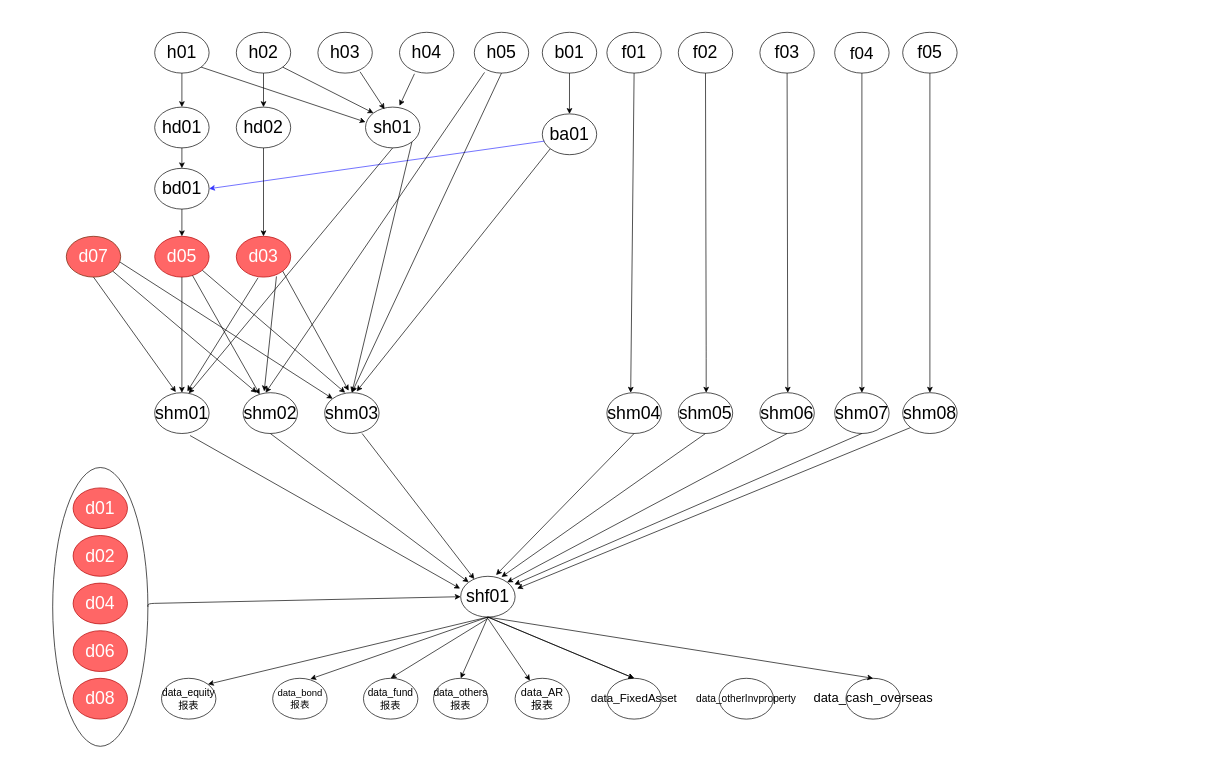
gebifeixiang/investment keeps this draw.io diagram as taskTreeChat.drawio. Above is the earlier version. Source tidied: cells renumbered, new cells numbered last; positions are measured from the earlier drawing's top-left corner, leaving out a move shared by most shapes. Both pictures are drawn from the tidied source at 68%, with x=0, y=0 at pixel (52, 32).
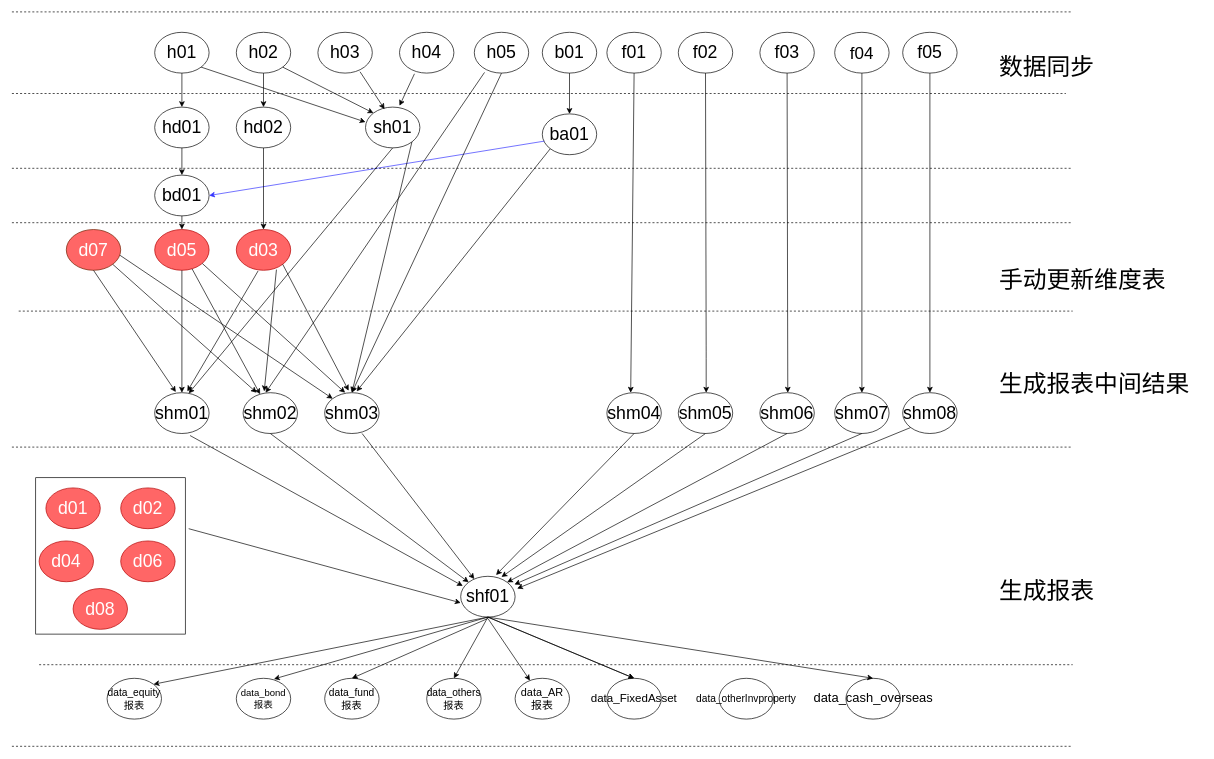
Above is the later version.

The change refers to these unchanged cells:
```xml
<mxCell id="13" value="&lt;font style=&quot;font-size: 26px&quot;&gt;hd01&lt;/font&gt;" style="ellipse;whiteSpace=wrap;html=1;" parent="1" vertex="1">
  <mxGeometry x="150" y="110" width="80" height="60" as="geometry" />
</mxCell>
<mxCell id="21" value="&lt;font style=&quot;font-size: 26px&quot;&gt;shm01&lt;/font&gt;" style="ellipse;whiteSpace=wrap;html=1;" parent="1" vertex="1">
  <mxGeometry x="150" y="530" width="80" height="60" as="geometry" />
</mxCell>
<mxCell id="25" value="&lt;font style=&quot;font-size: 26px&quot;&gt;shf01&lt;/font&gt;" style="ellipse;whiteSpace=wrap;html=1;" parent="1" vertex="1">
  <mxGeometry x="600" y="800" width="80" height="60" as="geometry" />
</mxCell>
```

Change to the diagram source:
```diff
@@
-    <mxCell id="2" style="ellipse;whiteSpace=wrap;html=1;" parent="1" vertex="1">
-      <mxGeometry y="640" width="140" height="410" as="geometry" />
-    </mxCell>
+    <mxCell id="91" style="rounded=0;whiteSpace=wrap;html=1;strokeWidth=1;" parent="1" vertex="1">
+      <mxGeometry x="-25" y="655" width="220" height="230" as="geometry" />
+    </mxCell>
@@
-    <mxCell id="28" style="endArrow=classic;html=1;exitX=0.65;exitY=1.05;exitDx=0;exitDy=0;exitPerimeter=0;entryX=-0.012;entryY=0.3;entryDx=0;entryDy=0;entryPerimeter=0;" parent="1" edge="1" source="21" target="25">
+    <mxCell id="28" style="endArrow=classic;html=1;exitX=0.65;exitY=1.05;exitDx=0;exitDy=0;exitPerimeter=0;entryX=0.038;entryY=0.236;entryDx=0;entryDy=0;entryPerimeter=0;" parent="1" edge="1" source="21" target="25">
       <mxGeometry relative="1" as="geometry" />
     </mxCell>
@@
     <mxCell id="31" value="&lt;font style=&quot;font-size: 26px&quot;&gt;d07&lt;/font&gt;" style="ellipse;whiteSpace=wrap;html=1;fillColor=#FF6666;strokeColor=#6D1F00;fontColor=#ffffff;" parent="1" vertex="1">
-      <mxGeometry x="20" y="300" width="80" height="60" as="geometry" />
+      <mxGeometry x="20" y="290" width="80" height="60" as="geometry" />
     </mxCell>
@@
     <mxCell id="33" value="&lt;font style=&quot;font-size: 26px&quot;&gt;bd01&lt;/font&gt;" style="ellipse;whiteSpace=wrap;html=1;" parent="1" vertex="1">
-      <mxGeometry x="150" y="200" width="80" height="60" as="geometry" />
+      <mxGeometry x="150" y="210" width="80" height="60" as="geometry" />
     </mxCell>
     <mxCell id="34" value="&lt;font style=&quot;font-size: 26px&quot;&gt;d05&lt;/font&gt;" style="ellipse;whiteSpace=wrap;html=1;fillColor=#FF6666;strokeColor=#B20000;fontColor=#ffffff;" parent="1" vertex="1">
-      <mxGeometry x="150" y="300" width="80" height="60" as="geometry" />
+      <mxGeometry x="150" y="290" width="80" height="60" as="geometry" />
     </mxCell>
@@
     <mxCell id="36" value="&lt;font style=&quot;font-size: 26px&quot;&gt;d03&lt;/font&gt;" style="ellipse;whiteSpace=wrap;html=1;fillColor=#FF6666;strokeColor=#B20000;fontColor=#ffffff;" parent="1" vertex="1">
-      <mxGeometry x="270" y="300" width="80" height="60" as="geometry" />
+      <mxGeometry x="270" y="290" width="80" height="60" as="geometry" />
     </mxCell>
@@
     <mxCell id="46" value="&lt;font style=&quot;font-size: 26px&quot;&gt;d01&lt;/font&gt;" style="ellipse;whiteSpace=wrap;html=1;fillColor=#FF6666;strokeColor=#B20000;fontColor=#ffffff;" parent="1" vertex="1">
-      <mxGeometry x="30" y="670" width="80" height="60" as="geometry" />
+      <mxGeometry x="-10" y="670" width="80" height="60" as="geometry" />
     </mxCell>
     <mxCell id="47" value="&lt;font style=&quot;font-size: 26px&quot;&gt;d04&lt;/font&gt;" style="ellipse;whiteSpace=wrap;html=1;fillColor=#FF6666;strokeColor=#B20000;fontColor=#ffffff;" parent="1" vertex="1">
-      <mxGeometry x="30" y="810" width="80" height="60" as="geometry" />
+      <mxGeometry x="-20" y="748" width="80" height="60" as="geometry" />
     </mxCell>
     <mxCell id="48" value="&lt;font style=&quot;font-size: 26px&quot;&gt;d02&lt;/font&gt;" style="ellipse;whiteSpace=wrap;html=1;fillColor=#FF6666;strokeColor=#B20000;fontColor=#ffffff;" parent="1" vertex="1">
-      <mxGeometry x="30" y="740" width="80" height="60" as="geometry" />
+      <mxGeometry x="100" y="670" width="80" height="60" as="geometry" />
     </mxCell>
     <mxCell id="49" value="&lt;font style=&quot;font-size: 26px&quot;&gt;d06&lt;/font&gt;" style="ellipse;whiteSpace=wrap;html=1;fillColor=#FF6666;strokeColor=#B20000;fontColor=#ffffff;" parent="1" vertex="1">
-      <mxGeometry x="30" y="880" width="80" height="60" as="geometry" />
+      <mxGeometry x="100" y="748" width="80" height="60" as="geometry" />
     </mxCell>
     <mxCell id="50" value="&lt;font style=&quot;font-size: 26px&quot;&gt;d08&lt;/font&gt;" style="ellipse;whiteSpace=wrap;html=1;fillColor=#FF6666;strokeColor=#B20000;fontColor=#ffffff;" parent="1" vertex="1">
-      <mxGeometry x="30" y="950" width="80" height="60" as="geometry" />
+      <mxGeometry x="30" y="818" width="80" height="60" as="geometry" />
     </mxCell>
     <mxCell id="51" value="&lt;font style=&quot;font-size: 15px&quot;&gt;data_equity报表&lt;/font&gt;" style="ellipse;whiteSpace=wrap;html=1;" parent="1" vertex="1">
-      <mxGeometry x="160" y="950" width="80" height="60" as="geometry" />
+      <mxGeometry x="80" y="950" width="80" height="60" as="geometry" />
     </mxCell>
     <mxCell id="52" value="&lt;font style=&quot;font-size: 14px&quot;&gt;data_bond报表&lt;/font&gt;" style="ellipse;whiteSpace=wrap;html=1;" parent="1" vertex="1">
-      <mxGeometry x="323.5" y="950" width="80" height="60" as="geometry" />
+      <mxGeometry x="270" y="950" width="80" height="60" as="geometry" />
     </mxCell>
     <mxCell id="53" value="&lt;font style=&quot;font-size: 15px&quot;&gt;data_fund报表&lt;/font&gt;" style="ellipse;whiteSpace=wrap;html=1;" parent="1" vertex="1">
-      <mxGeometry x="457" y="950" width="80" height="60" as="geometry" />
+      <mxGeometry x="400" y="950" width="80" height="60" as="geometry" />
     </mxCell>
     <mxCell id="54" value="&lt;font style=&quot;font-size: 15px&quot;&gt;data_others报表&lt;/font&gt;" style="ellipse;whiteSpace=wrap;html=1;" parent="1" vertex="1">
-      <mxGeometry x="560" y="950" width="80" height="60" as="geometry" />
+      <mxGeometry x="550" y="950" width="80" height="60" as="geometry" />
     </mxCell>
@@
-    <mxCell id="66" style="endArrow=classic;html=1;exitX=0.5;exitY=1;exitDx=0;exitDy=0;" parent="1" edge="1" source="13">
-      <mxGeometry relative="1" as="geometry">
-        <mxPoint x="190" y="200" as="targetPoint" />
-      </mxGeometry>
+    <mxCell id="66" style="endArrow=classic;html=1;exitX=0.5;exitY=1;exitDx=0;exitDy=0;entryX=0.5;entryY=0;entryDx=0;entryDy=0;" parent="1" edge="1" source="13" target="33">
+      <mxGeometry relative="1" as="geometry" />
     </mxCell>
@@
-    <mxCell id="81" style="endArrow=classic;html=1;exitX=1;exitY=0.5;exitDx=0;exitDy=0;entryX=0;entryY=0.5;entryDx=0;entryDy=0;" parent="1" edge="1" source="2" target="25">
-      <mxGeometry relative="1" as="geometry">
-        <Array as="points">
-          <mxPoint x="140" y="840" />
-        </Array>
-      </mxGeometry>
-    </mxCell>
@@
+    <mxCell id="92" style="endArrow=none;dashed=1;html=1;fillColor=#ffcd28;strokeColor=#000000;gradientColor=#ffa500;" parent="1" edge="1">
+      <mxGeometry relative="1" as="geometry">
+        <mxPoint x="-60" y="90" as="sourcePoint" />
+        <mxPoint x="1490" y="90" as="targetPoint" />
+      </mxGeometry>
+    </mxCell>
+    <mxCell id="93" style="endArrow=none;dashed=1;html=1;" parent="1" edge="1">
+      <mxGeometry relative="1" as="geometry">
+        <mxPoint x="-60" y="200" as="sourcePoint" />
+        <mxPoint x="1500" y="200" as="targetPoint" />
+      </mxGeometry>
+    </mxCell>
+    <mxCell id="94" style="endArrow=none;dashed=1;html=1;" parent="1" edge="1">
+      <mxGeometry relative="1" as="geometry">
+        <mxPoint x="-60" y="280" as="sourcePoint" />
+        <mxPoint x="1500" y="280" as="targetPoint" />
+      </mxGeometry>
+    </mxCell>
+    <mxCell id="95" style="endArrow=none;dashed=1;html=1;" parent="1" edge="1">
+      <mxGeometry relative="1" as="geometry">
+        <mxPoint x="-50" y="410" as="sourcePoint" />
+        <mxPoint x="1500" y="410" as="targetPoint" />
+      </mxGeometry>
+    </mxCell>
+    <mxCell id="96" style="endArrow=none;dashed=1;html=1;" parent="1" edge="1">
+      <mxGeometry relative="1" as="geometry">
+        <mxPoint x="-60" y="610" as="sourcePoint" />
+        <mxPoint x="1500" y="610" as="targetPoint" />
+      </mxGeometry>
+    </mxCell>
+    <mxCell id="97" style="endArrow=none;dashed=1;html=1;" parent="1" edge="1">
+      <mxGeometry relative="1" as="geometry">
+        <mxPoint x="-20" y="930" as="sourcePoint" />
+        <mxPoint x="1500" y="930" as="targetPoint" />
+      </mxGeometry>
+    </mxCell>
+    <mxCell id="98" style="endArrow=none;dashed=1;html=1;strokeColor=#000000;" parent="1" edge="1">
+      <mxGeometry relative="1" as="geometry">
+        <mxPoint x="-60" y="-30" as="sourcePoint" />
+        <mxPoint x="1500" y="-30" as="targetPoint" />
+      </mxGeometry>
+    </mxCell>
+    <mxCell id="99" value="&lt;font style=&quot;font-size: 35px&quot;&gt;数据同步&lt;/font&gt;" style="text;html=1;align=left;verticalAlign=top;spacingTop=-4;strokeWidth=11;" parent="1" vertex="1">
+      <mxGeometry x="1390" y="27" width="160" height="20" as="geometry" />
+    </mxCell>
+    <mxCell id="100" value="&lt;font style=&quot;font-size: 35px&quot;&gt;手动更新维度表&lt;/font&gt;" style="text;html=1;align=left;verticalAlign=top;spacingTop=-4;" parent="1" vertex="1">
+      <mxGeometry x="1390" y="340" width="260" height="20" as="geometry" />
+    </mxCell>
+    <mxCell id="101" value="&lt;font style=&quot;font-size: 35px&quot;&gt;生成报表中间结果&lt;/font&gt;" style="text;html=1;align=left;verticalAlign=top;spacingTop=-4;" parent="1" vertex="1">
+      <mxGeometry x="1390" y="494" width="300" height="20" as="geometry" />
+    </mxCell>
+    <mxCell id="102" style="endArrow=none;dashed=1;html=1;strokeColor=#000000;" parent="1" edge="1">
+      <mxGeometry relative="1" as="geometry">
+        <mxPoint x="-60" y="1050" as="sourcePoint" />
+        <mxPoint x="1500" y="1050" as="targetPoint" />
+      </mxGeometry>
+    </mxCell>
+    <mxCell id="103" value="&lt;font style=&quot;font-size: 35px&quot;&gt;生成报表&lt;/font&gt;" style="text;html=1;align=left;verticalAlign=top;spacingTop=-4;" parent="1" vertex="1">
+      <mxGeometry x="1390" y="798" width="160" height="20" as="geometry" />
+    </mxCell>
+    <mxCell id="104" style="endArrow=classic;html=1;strokeColor=#000000;" parent="1" edge="1">
+      <mxGeometry relative="1" as="geometry">
+        <mxPoint x="200" y="730" as="sourcePoint" />
+        <mxPoint x="600" y="839" as="targetPoint" />
+      </mxGeometry>
+    </mxCell>
```
